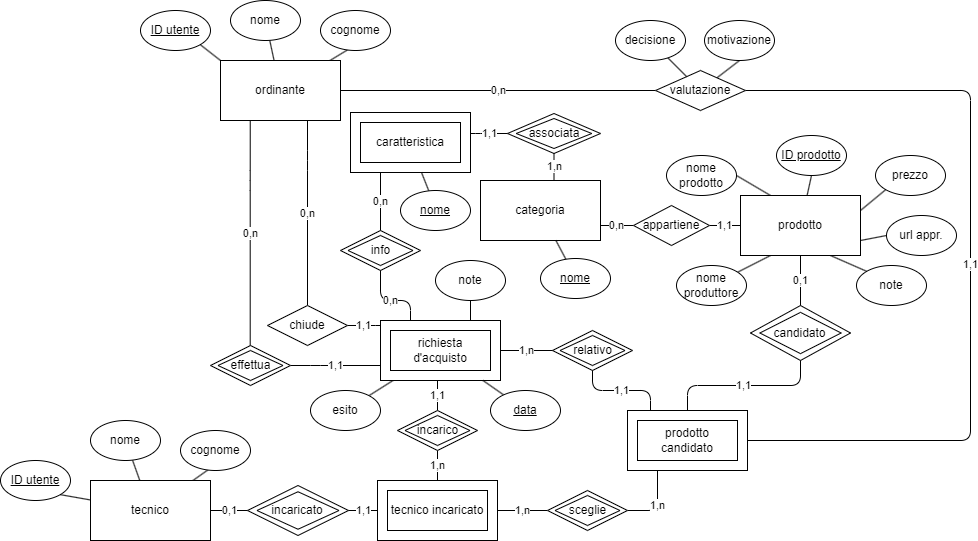
The draw.io diagram assets/Diagramma ER ricostruito.png in StefanoElisio/Progetto-base-di-dati, before a commit. Source tidied: cells renumbered, new cells last; positions are measured from the earlier drawing's top-left corner, leaving out a move shared by most shapes.
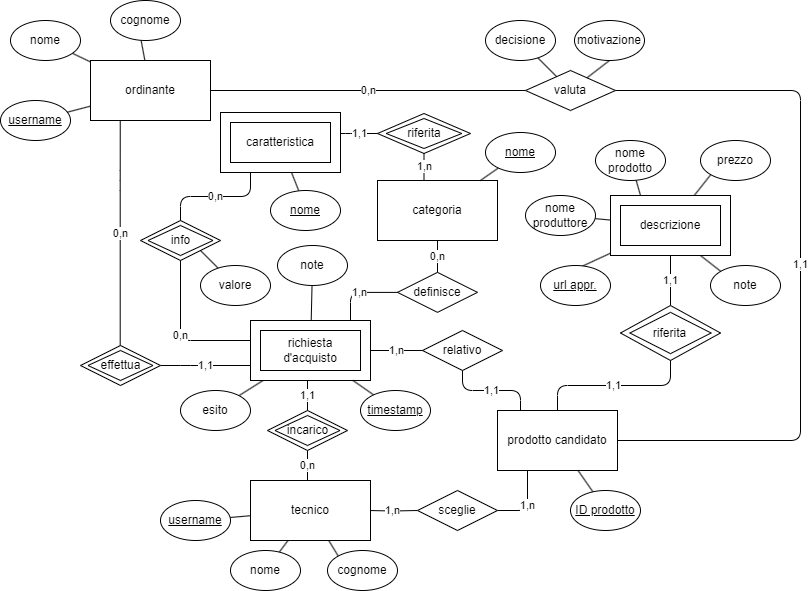
The same diagram one commit later.

What changed in the source:
```diff
@@ -4,3 +4,3 @@
     <mxCell id="1" parent="0" />
-    <mxCell id="2" style="jettySize=auto;html=1;exitX=0;exitY=0;exitDx=0;exitDy=0;entryX=1;entryY=1;entryDx=0;entryDy=0;endArrow=none;endFill=0;" parent="1" edge="1" source="6" target="15">
+    <mxCell id="2" style="jettySize=auto;html=1;endArrow=none;endFill=0;" parent="1" edge="1" source="6" target="15">
       <mxGeometry relative="1" as="geometry" />
@@ -19,15 +19,12 @@
     </mxCell>
-    <mxCell id="7" style="jettySize=auto;html=1;entryX=0.5;entryY=1;entryDx=0;entryDy=0;endArrow=none;endFill=0;" parent="1" edge="1" source="13" target="18">
-      <mxGeometry relative="1" as="geometry" />
-    </mxCell>
-    <mxCell id="8" style="edgeStyle=none;jettySize=auto;html=1;endArrow=none;endFill=0;exitX=0.25;exitY=1;exitDx=0;exitDy=0;" parent="1" edge="1" source="13" target="25">
+    <mxCell id="8" style="edgeStyle=none;jettySize=auto;html=1;endArrow=none;endFill=0;" parent="1" edge="1" source="13" target="25">
       <mxGeometry relative="1" as="geometry" />
     </mxCell>
-    <mxCell id="9" style="edgeStyle=none;jettySize=auto;html=1;exitX=0.25;exitY=0;exitDx=0;exitDy=0;endArrow=none;endFill=0;entryX=1;entryY=0.5;entryDx=0;entryDy=0;" parent="1" edge="1" source="13" target="26">
+    <mxCell id="9" style="edgeStyle=none;jettySize=auto;html=1;exitX=0.25;exitY=0;exitDx=0;exitDy=0;endArrow=none;endFill=0;" parent="1" edge="1" source="13" target="26">
       <mxGeometry relative="1" as="geometry" />
     </mxCell>
-    <mxCell id="10" style="edgeStyle=none;jettySize=auto;html=1;exitX=1;exitY=0.25;exitDx=0;exitDy=0;entryX=0;entryY=1;entryDx=0;entryDy=0;endArrow=none;endFill=0;" parent="1" edge="1" source="13" target="27">
+    <mxCell id="10" style="edgeStyle=none;jettySize=auto;html=1;entryX=0;entryY=1;entryDx=0;entryDy=0;endArrow=none;endFill=0;" parent="1" edge="1" source="13" target="27">
       <mxGeometry relative="1" as="geometry" />
     </mxCell>
-    <mxCell id="11" style="edgeStyle=none;jettySize=auto;html=1;exitX=1;exitY=0.75;exitDx=0;exitDy=0;entryX=0;entryY=0.5;entryDx=0;entryDy=0;endArrow=none;endFill=0;" parent="1" edge="1" source="13" target="28">
+    <mxCell id="11" style="edgeStyle=none;jettySize=auto;html=1;entryX=0;entryY=0.5;entryDx=0;entryDy=0;endArrow=none;endFill=0;" parent="1" edge="1" source="13" target="28">
       <mxGeometry relative="1" as="geometry" />
@@ -37,20 +34,19 @@
     </mxCell>
-    <mxCell id="13" value="prodotto" style="rounded=0;whiteSpace=wrap;html=1;" parent="1" vertex="1">
+    <mxCell id="13" style="rounded=0;whiteSpace=wrap;html=1;" parent="1" vertex="1">
       <mxGeometry x="740" y="195" width="120" height="60" as="geometry" />
     </mxCell>
-    <mxCell id="14" value="1,n" style="edgeStyle=orthogonalEdgeStyle;jettySize=auto;html=1;exitX=1;exitY=0.5;exitDx=0;exitDy=0;endArrow=none;endFill=0;entryX=0;entryY=0.5;entryDx=0;entryDy=0;" parent="1" edge="1" source="34" target="31">
-      <mxGeometry relative="1" as="geometry" />
+    <mxCell id="14" value="1,n" style="edgeStyle=orthogonalEdgeStyle;jettySize=auto;html=1;exitX=1;exitY=0.5;exitDx=0;exitDy=0;endArrow=none;endFill=0;entryX=0;entryY=0.5;entryDx=0;entryDy=0;" parent="1" edge="1" target="31">
+      <mxGeometry relative="1" as="geometry">
+        <mxPoint x="497" y="510" as="sourcePoint" />
+      </mxGeometry>
     </mxCell>
-    <mxCell id="15" value="ID utente" style="ellipse;whiteSpace=wrap;html=1;fontStyle=4;" parent="1" vertex="1">
-      <mxGeometry x="140" y="10" width="70" height="40" as="geometry" />
+    <mxCell id="15" value="username" style="ellipse;whiteSpace=wrap;html=1;fontStyle=4;" parent="1" vertex="1">
+      <mxGeometry x="130" y="100" width="70" height="40" as="geometry" />
     </mxCell>
     <mxCell id="16" value="nome" style="ellipse;whiteSpace=wrap;html=1;" parent="1" vertex="1">
-      <mxGeometry x="230" width="70" height="40" as="geometry" />
+      <mxGeometry x="140" y="20" width="70" height="40" as="geometry" />
     </mxCell>
     <mxCell id="17" value="cognome" style="ellipse;whiteSpace=wrap;html=1;" parent="1" vertex="1">
-      <mxGeometry x="320" y="10" width="70" height="40" as="geometry" />
+      <mxGeometry x="240" width="70" height="40" as="geometry" />
     </mxCell>
-    <mxCell id="18" value="ID prodotto" style="ellipse;whiteSpace=wrap;html=1;fontStyle=4;" parent="1" vertex="1">
-      <mxGeometry x="776" y="135" width="70" height="40" as="geometry" />
-    </mxCell>
     <mxCell id="19" value="1,1" style="edgeStyle=orthogonalEdgeStyle;jettySize=auto;html=1;endArrow=none;endFill=0;entryX=1;entryY=0.5;entryDx=0;entryDy=0;" parent="1" edge="1" source="53" target="56">
@@ -73,4 +69,5 @@
     </mxCell>
-    <mxCell id="21" value="1,n" style="edgeStyle=orthogonalEdgeStyle;jettySize=auto;html=1;entryX=0.5;entryY=1;entryDx=0;entryDy=0;endArrow=none;endFill=0;exitX=0.5;exitY=0;exitDx=0;exitDy=0;" parent="1" edge="1" source="34">
+    <mxCell id="21" value="0,n" style="edgeStyle=orthogonalEdgeStyle;orthogonalLoop=1;jettySize=auto;html=1;entryX=0.5;entryY=1;entryDx=0;entryDy=0;endArrow=none;endFill=0;exitX=0.5;exitY=0;exitDx=0;exitDy=0;" parent="1" edge="1">
       <mxGeometry relative="1" as="geometry">
+        <mxPoint x="437" y="480" as="sourcePoint" />
         <mxPoint x="437" y="450" as="targetPoint" />
@@ -87,19 +84,22 @@
     </mxCell>
-    <mxCell id="24" style="edgeStyle=none;orthogonalLoop=1;jettySize=auto;html=1;exitX=0.5;exitY=1;exitDx=0;exitDy=0;" parent="1" edge="1" source="18" target="18">
-      <mxGeometry relative="1" as="geometry" />
+    <mxCell id="24" style="edgeStyle=none;orthogonalLoop=1;jettySize=auto;html=1;exitX=0.5;exitY=1;exitDx=0;exitDy=0;" parent="1" edge="1">
+      <mxGeometry relative="1" as="geometry">
+        <mxPoint x="811" y="175" as="sourcePoint" />
+        <mxPoint x="811" y="175" as="targetPoint" />
+      </mxGeometry>
     </mxCell>
     <mxCell id="25" value="nome produttore" style="ellipse;whiteSpace=wrap;html=1;" parent="1" vertex="1">
-      <mxGeometry x="676" y="265" width="70" height="40" as="geometry" />
+      <mxGeometry x="655" y="195" width="70" height="40" as="geometry" />
     </mxCell>
     <mxCell id="26" value="nome prodotto" style="ellipse;whiteSpace=wrap;html=1;" parent="1" vertex="1">
-      <mxGeometry x="666" y="155" width="70" height="40" as="geometry" />
+      <mxGeometry x="725" y="140" width="70" height="40" as="geometry" />
     </mxCell>
     <mxCell id="27" value="prezzo" style="ellipse;whiteSpace=wrap;html=1;" parent="1" vertex="1">
-      <mxGeometry x="875" y="155" width="70" height="40" as="geometry" />
+      <mxGeometry x="830" y="140" width="70" height="40" as="geometry" />
     </mxCell>
-    <mxCell id="28" value="url appr." style="ellipse;whiteSpace=wrap;html=1;" parent="1" vertex="1">
-      <mxGeometry x="886" y="215" width="70" height="40" as="geometry" />
+    <mxCell id="28" value="url appr." style="ellipse;whiteSpace=wrap;html=1;fontStyle=4;" parent="1" vertex="1">
+      <mxGeometry x="670" y="265" width="70" height="40" as="geometry" />
     </mxCell>
     <mxCell id="29" value="note" style="ellipse;whiteSpace=wrap;html=1;fontStyle=0;" parent="1" vertex="1">
-      <mxGeometry x="856" y="265" width="70" height="40" as="geometry" />
+      <mxGeometry x="840" y="265" width="70" height="40" as="geometry" />
     </mxCell>
@@ -108,17 +108,5 @@
     </mxCell>
-    <mxCell id="31" style="rhombus;whiteSpace=wrap;html=1;" parent="30" vertex="1">
+    <mxCell id="31" value="sceglie" style="rhombus;whiteSpace=wrap;html=1;" parent="30" vertex="1">
       <mxGeometry width="80" height="40" as="geometry" />
     </mxCell>
-    <mxCell id="32" value="sceglie" style="rhombus;whiteSpace=wrap;html=1;" parent="30" vertex="1">
-      <mxGeometry x="7.5" y="5" width="65" height="30" as="geometry" />
-    </mxCell>
-    <mxCell id="33" style="group;" parent="1" vertex="1">
-      <mxGeometry x="377" y="480" width="120" height="60" as="geometry" />
-    </mxCell>
-    <mxCell id="34" style="rounded=0;whiteSpace=wrap;html=1;labelBackgroundColor=none;" parent="33" vertex="1">
-      <mxGeometry width="120" height="60" as="geometry" />
-    </mxCell>
-    <mxCell id="35" value="tecnico incaricato" style="rounded=0;whiteSpace=wrap;html=1;labelBackgroundColor=none;" parent="33" vertex="1">
-      <mxGeometry x="10" y="10" width="100" height="40" as="geometry" />
-    </mxCell>
     <mxCell id="36" style="group;" parent="1" vertex="1">
@@ -126,8 +114,5 @@
     </mxCell>
-    <mxCell id="37" style="whiteSpace=wrap;html=1;" parent="36" vertex="1">
+    <mxCell id="37" value="prodotto candidato" style="whiteSpace=wrap;html=1;" parent="36" vertex="1">
       <mxGeometry width="120" height="60" as="geometry" />
     </mxCell>
-    <mxCell id="38" value="prodotto candidato" style="rounded=0;whiteSpace=wrap;html=1;labelBackgroundColor=none;" parent="36" vertex="1">
-      <mxGeometry x="10" y="10" width="100" height="40" as="geometry" />
-    </mxCell>
     <mxCell id="39" style="group;" parent="1" vertex="1">
@@ -135,8 +120,5 @@
     </mxCell>
-    <mxCell id="40" style="rhombus;whiteSpace=wrap;html=1;" parent="39" vertex="1">
+    <mxCell id="40" value="relativo" style="rhombus;whiteSpace=wrap;html=1;" parent="39" vertex="1">
       <mxGeometry width="80" height="40" as="geometry" />
     </mxCell>
-    <mxCell id="41" value="relativo" style="rhombus;whiteSpace=wrap;html=1;" parent="39" vertex="1">
-      <mxGeometry x="7.5" y="5" width="65" height="30" as="geometry" />
-    </mxCell>
     <mxCell id="42" value="1,n" style="edgeStyle=orthogonalEdgeStyle;jettySize=auto;html=1;endArrow=none;endFill=0;exitX=0;exitY=0.5;exitDx=0;exitDy=0;" parent="1" edge="1" source="40" target="53">
@@ -155,4 +137,4 @@
         <Array as="points">
-          <mxPoint x="970" y="90" />
-          <mxPoint x="970" y="440" />
+          <mxPoint x="930" y="90" />
+          <mxPoint x="930" y="440" />
         </Array>
@@ -166,18 +148,2 @@
     </mxCell>
-    <mxCell id="47" value="1,1" style="edgeStyle=orthogonalEdgeStyle;jettySize=auto;html=1;endArrow=none;endFill=0;entryX=1;entryY=0.5;entryDx=0;entryDy=0;" parent="1" edge="1" source="53" target="50">
-      <mxGeometry relative="1" as="geometry">
-        <Array as="points">
-          <mxPoint x="370" y="325" />
-          <mxPoint x="370" y="325" />
-        </Array>
-      </mxGeometry>
-    </mxCell>
-    <mxCell id="48" value="0,n" style="edgeStyle=orthogonalEdgeStyle;jettySize=auto;html=1;endArrow=none;endFill=0;entryX=0.5;entryY=0;entryDx=0;entryDy=0;" parent="1" edge="1" source="6" target="50">
-      <mxGeometry relative="1" as="geometry">
-        <Array as="points">
-          <mxPoint x="307" y="160" />
-          <mxPoint x="307" y="160" />
-        </Array>
-      </mxGeometry>
-    </mxCell>
     <mxCell id="49" style="edgeStyle=none;jettySize=auto;html=1;endArrow=none;endFill=0;" parent="1" edge="1" source="53" target="51">
@@ -185,5 +151,2 @@
     </mxCell>
-    <mxCell id="50" value="chiude" style="rhombus;whiteSpace=wrap;html=1;" parent="1" vertex="1">
-      <mxGeometry x="267" y="305" width="80" height="40" as="geometry" />
-    </mxCell>
     <mxCell id="51" value="esito" style="ellipse;whiteSpace=wrap;html=1;fontStyle=0;" parent="1" vertex="1">
@@ -212,6 +175,6 @@
     </mxCell>
-    <mxCell id="59" value="data" style="ellipse;whiteSpace=wrap;html=1;fontStyle=4;" parent="1" vertex="1">
+    <mxCell id="59" value="timestamp" style="ellipse;whiteSpace=wrap;html=1;fontStyle=4;" parent="1" vertex="1">
       <mxGeometry x="490" y="390" width="70" height="40" as="geometry" />
     </mxCell>
-    <mxCell id="60" value="valutazione" style="rhombus;whiteSpace=wrap;html=1;" parent="1" vertex="1">
+    <mxCell id="60" value="valuta" style="rhombus;whiteSpace=wrap;html=1;" parent="1" vertex="1">
       <mxGeometry x="655" y="70" width="90" height="40" as="geometry" />
@@ -233,12 +196,3 @@
     </mxCell>
-    <mxCell id="66" style="group;" parent="1" vertex="1">
-      <mxGeometry x="247" y="485" width="101" height="50" as="geometry" />
-    </mxCell>
-    <mxCell id="67" style="rhombus;whiteSpace=wrap;html=1;" parent="66" vertex="1">
-      <mxGeometry width="101" height="50" as="geometry" />
-    </mxCell>
-    <mxCell id="68" value="incaricato" style="rhombus;whiteSpace=wrap;html=1;" parent="66" vertex="1">
-      <mxGeometry x="9.5" y="6.2" width="82.1" height="37.5" as="geometry" />
-    </mxCell>
-    <mxCell id="69" style="jettySize=auto;html=1;entryX=1;entryY=1;entryDx=0;entryDy=0;endArrow=none;endFill=0;" parent="1" edge="1" source="73" target="74">
+    <mxCell id="69" style="jettySize=auto;html=1;endArrow=none;endFill=0;" parent="1" edge="1" source="73" target="74">
       <mxGeometry relative="1" as="geometry" />
@@ -251,20 +205,14 @@
     </mxCell>
-    <mxCell id="72" value="0,1" style="edgeStyle=none;jettySize=auto;html=1;entryX=0;entryY=0.5;entryDx=0;entryDy=0;endArrow=none;endFill=0;" parent="1" edge="1" source="73" target="67">
-      <mxGeometry relative="1" as="geometry" />
-    </mxCell>
     <mxCell id="73" value="tecnico" style="rounded=0;whiteSpace=wrap;html=1;labelBackgroundColor=none;" parent="1" vertex="1">
-      <mxGeometry x="90" y="480" width="120" height="60" as="geometry" />
+      <mxGeometry x="380" y="480" width="120" height="60" as="geometry" />
     </mxCell>
-    <mxCell id="74" value="ID utente" style="ellipse;whiteSpace=wrap;html=1;fontStyle=4;" parent="1" vertex="1">
-      <mxGeometry y="460" width="70" height="40" as="geometry" />
+    <mxCell id="74" value="username" style="ellipse;whiteSpace=wrap;html=1;fontStyle=4;" parent="1" vertex="1">
+      <mxGeometry x="290" y="500" width="70" height="40" as="geometry" />
     </mxCell>
     <mxCell id="75" value="nome" style="ellipse;whiteSpace=wrap;html=1;" parent="1" vertex="1">
-      <mxGeometry x="90" y="420" width="70" height="40" as="geometry" />
+      <mxGeometry x="360" y="550" width="70" height="40" as="geometry" />
     </mxCell>
     <mxCell id="76" value="cognome" style="ellipse;whiteSpace=wrap;html=1;" parent="1" vertex="1">
-      <mxGeometry x="180" y="430" width="70" height="40" as="geometry" />
+      <mxGeometry x="457" y="550" width="70" height="40" as="geometry" />
     </mxCell>
-    <mxCell id="77" value="1,1" style="edgeStyle=none;jettySize=auto;html=1;entryX=0;entryY=0.5;entryDx=0;entryDy=0;endArrow=none;endFill=0;exitX=1;exitY=0.5;exitDx=0;exitDy=0;" parent="1" edge="1" source="67" target="34">
-      <mxGeometry relative="1" as="geometry" />
-    </mxCell>
     <mxCell id="78" style="group;" parent="1" vertex="1">
@@ -275,6 +223,6 @@
     </mxCell>
-    <mxCell id="80" value="candidato" style="rhombus;whiteSpace=wrap;html=1;" parent="78" vertex="1">
+    <mxCell id="80" value="riferita" style="rhombus;whiteSpace=wrap;html=1;" parent="78" vertex="1">
       <mxGeometry x="9.4" y="6.9" width="81.2" height="41.2" as="geometry" />
     </mxCell>
-    <mxCell id="81" value="0,1" style="edgeStyle=none;jettySize=auto;html=1;entryX=0.5;entryY=1;entryDx=0;entryDy=0;exitX=0.5;exitY=0;exitDx=0;exitDy=0;endArrow=none;endFill=0;" parent="1" edge="1" source="79" target="13">
+    <mxCell id="81" value="1,1" style="edgeStyle=none;jettySize=auto;html=1;entryX=0.5;entryY=1;entryDx=0;entryDy=0;exitX=0.5;exitY=0;exitDx=0;exitDy=0;endArrow=none;endFill=0;" parent="1" edge="1" source="79" target="13">
       <mxGeometry relative="1" as="geometry" />
@@ -300,3 +248,3 @@
     <mxCell id="88" style="group;" parent="1" vertex="1">
-      <mxGeometry x="340" y="230" width="80" height="40" as="geometry" />
+      <mxGeometry x="270" y="220" width="80" height="40" as="geometry" />
     </mxCell>
@@ -314,4 +262,3 @@
         <Array as="points">
-          <mxPoint x="380" y="300" />
-          <mxPoint x="410" y="300" />
+          <mxPoint x="310" y="340" />
         </Array>
@@ -319,3 +266,3 @@
     </mxCell>
-    <mxCell id="93" style="edgeStyle=none;jettySize=auto;html=1;endArrow=none;endFill=0;exitX=0.75;exitY=0;exitDx=0;exitDy=0;" parent="1" edge="1" source="53" target="94">
+    <mxCell id="93" style="edgeStyle=none;jettySize=auto;html=1;endArrow=none;endFill=0;" parent="1" edge="1" source="53" target="94">
       <mxGeometry relative="1" as="geometry" />
@@ -323,3 +270,3 @@
     <mxCell id="94" value="note" style="ellipse;whiteSpace=wrap;html=1;fontStyle=0;" parent="1" vertex="1">
-      <mxGeometry x="435" y="260" width="70" height="40" as="geometry" />
+      <mxGeometry x="407" y="245" width="70" height="40" as="geometry" />
     </mxCell>
@@ -331,3 +278,3 @@
     </mxCell>
-    <mxCell id="97" value="associata" style="rhombus;whiteSpace=wrap;html=1;" parent="95" vertex="1">
+    <mxCell id="97" value="riferita" style="rhombus;whiteSpace=wrap;html=1;" parent="95" vertex="1">
       <mxGeometry x="8.7" y="5" width="75.6" height="30" as="geometry" />
@@ -335,3 +282,3 @@
     <mxCell id="98" value="categoria" style="rounded=0;whiteSpace=wrap;html=1;" parent="1" vertex="1">
-      <mxGeometry x="480" y="180" width="120" height="60" as="geometry" />
+      <mxGeometry x="507" y="180" width="120" height="60" as="geometry" />
     </mxCell>
@@ -353,16 +300,2 @@
     </mxCell>
-    <mxCell id="101" value="0,n" style="edgeStyle=orthogonalEdgeStyle;jettySize=auto;html=1;endArrow=none;endFill=0;" parent="1" edge="1" source="103" target="98">
-      <mxGeometry relative="1" as="geometry">
-        <Array as="points">
-          <mxPoint x="600" y="225" />
-          <mxPoint x="600" y="225" />
-        </Array>
-      </mxGeometry>
-    </mxCell>
-    <mxCell id="102" value="1,1" style="edgeStyle=orthogonalEdgeStyle;jettySize=auto;html=1;endArrow=none;endFill=0;" parent="1" edge="1" source="103" target="13">
-      <mxGeometry relative="1" as="geometry" />
-    </mxCell>
-    <mxCell id="103" value="appartiene" style="rhombus;whiteSpace=wrap;html=1;" parent="1" vertex="1">
-      <mxGeometry x="633" y="205" width="76" height="40" as="geometry" />
-    </mxCell>
     <mxCell id="104" style="edgeStyle=none;jettySize=auto;html=1;endArrow=none;endFill=0;" parent="1" edge="1" source="105" target="98">
@@ -371,4 +304,35 @@
     <mxCell id="105" value="nome" style="ellipse;whiteSpace=wrap;html=1;fontStyle=4;" parent="1" vertex="1">
-      <mxGeometry x="540" y="258" width="70" height="40" as="geometry" />
+      <mxGeometry x="615" y="132" width="70" height="40" as="geometry" />
     </mxCell>
+    <mxCell id="106" style="edgeStyle=none;jettySize=auto;html=1;endArrow=none;endFill=0;entryX=1;entryY=1;entryDx=0;entryDy=0;" parent="1" edge="1" source="107" target="89">
+      <mxGeometry relative="1" as="geometry" />
+    </mxCell>
+    <mxCell id="107" value="valore" style="ellipse;whiteSpace=wrap;html=1;fontStyle=0;" parent="1" vertex="1">
+      <mxGeometry x="330" y="265" width="70" height="40" as="geometry" />
+    </mxCell>
+    <mxCell id="108" value="descrizione" style="rounded=0;whiteSpace=wrap;html=1;labelBackgroundColor=none;" parent="1" vertex="1">
+      <mxGeometry x="750" y="205" width="100" height="40" as="geometry" />
+    </mxCell>
+    <mxCell id="109" style="rounded=0;jettySize=auto;html=1;endArrow=none;endFill=0;" parent="1" edge="1" source="18" target="37">
+      <mxGeometry relative="1" as="geometry" />
+    </mxCell>
+    <mxCell id="18" value="ID prodotto" style="ellipse;whiteSpace=wrap;html=1;fontStyle=4;" parent="1" vertex="1">
+      <mxGeometry x="700" y="490" width="70" height="40" as="geometry" />
+    </mxCell>
+    <mxCell id="110" style="group;" parent="1" vertex="1">
+      <mxGeometry x="527" y="271.9" width="80" height="40" as="geometry" />
+    </mxCell>
+    <mxCell id="111" value="definisce" style="rhombus;whiteSpace=wrap;html=1;" parent="110" vertex="1">
+      <mxGeometry width="80" height="40" as="geometry" />
+    </mxCell>
+    <mxCell id="112" value="0,n" style="edgeStyle=orthogonalEdgeStyle;rounded=1;jettySize=auto;html=1;endArrow=none;endFill=0;curved=0;" parent="1" edge="1" source="111" target="98">
+      <mxGeometry relative="1" as="geometry" />
+    </mxCell>
+    <mxCell id="113" value="1,n" style="edgeStyle=orthogonalEdgeStyle;rounded=1;jettySize=auto;html=1;endArrow=none;endFill=0;curved=0;" parent="1" edge="1" source="111" target="53">
+      <mxGeometry relative="1" as="geometry">
+        <Array as="points">
+          <mxPoint x="480" y="292" />
+        </Array>
+      </mxGeometry>
+    </mxCell>
   </root>
```
